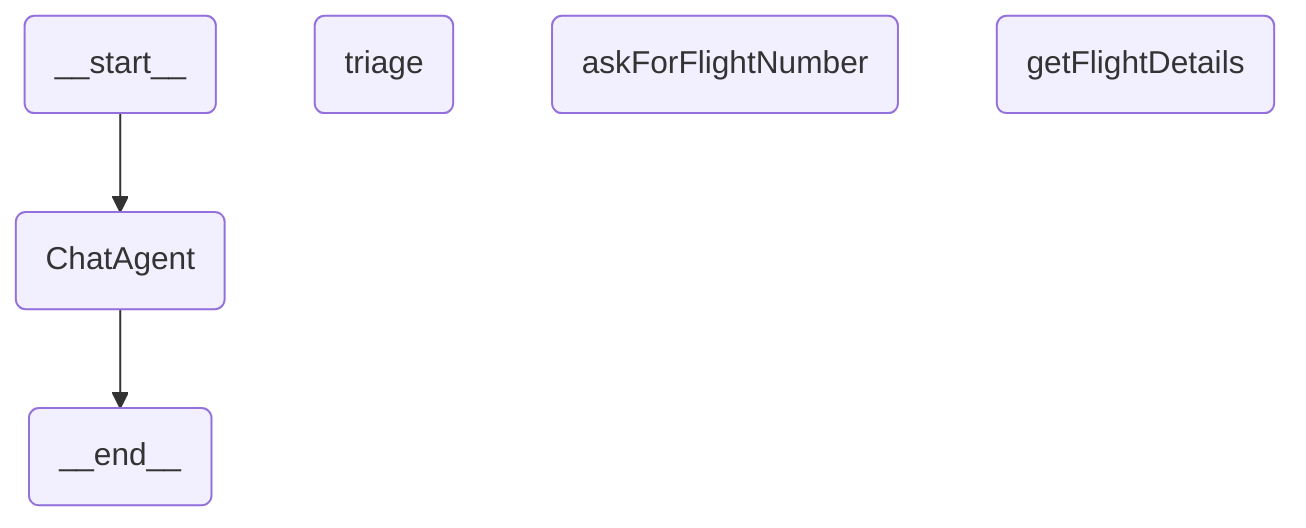
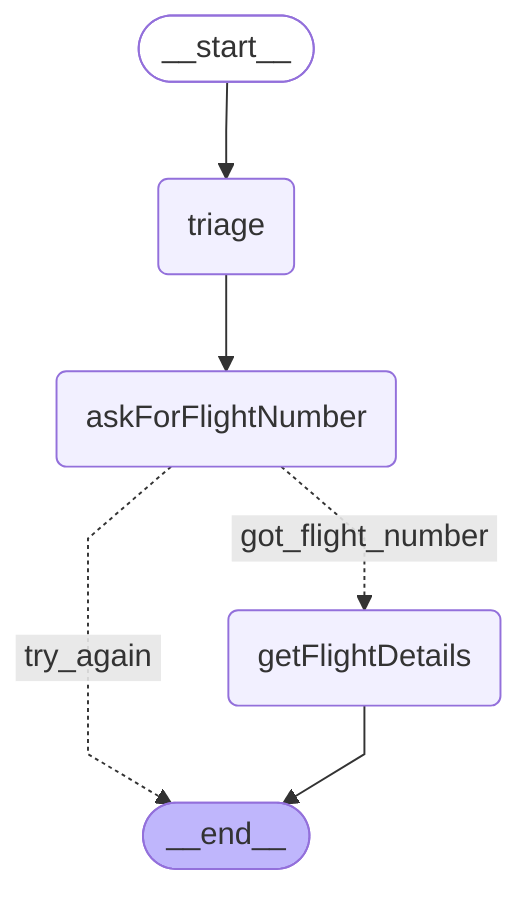
---
config:
  flowchart:
    curve: linear
---
graph TD;
- 	__start__(<p>__start__</p>)
- 	ChatAgent(ChatAgent)
+ 	__start__([<p>__start__</p>]):::first
	triage(triage)
	askForFlightNumber(askForFlightNumber)
	getFlightDetails(getFlightDetails)
- 	__end__(<p>__end__</p>)
- 	__start__ --> ChatAgent;
- 	ChatAgent --> __end__;
+ 	__end__([<p>__end__</p>]):::last
+ 	__start__ --> triage;
+ 	askForFlightNumber -. &nbsp;try_again&nbsp; .-> __end__;
+ 	askForFlightNumber -. &nbsp;got_flight_number&nbsp; .-> getFlightDetails;
+ 	triage --> askForFlightNumber;
+ 	getFlightDetails --> __end__;
	classDef default fill:#f2f0ff,line-height:1.2
	classDef first fill-opacity:0
	classDef last fill:#bfb6fc
